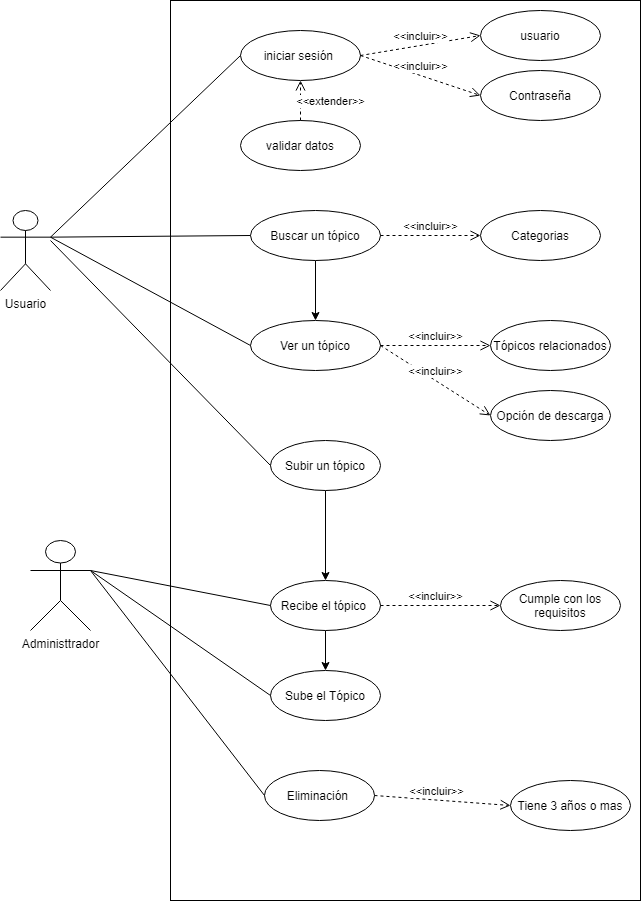
Above: Diagramas/DiagramaCasoDeUso.drawio.png in vanessamRodriguez/Analisis-Avanzado-de-Software (draw.io), before the change. Source tidied: cells renumbered, new cells last; positions are measured from the earlier drawing's top-left corner, leaving out a move shared by most shapes. The source it was exported from:
```xml
<mxGraphModel>
  <root>
    <mxCell id="0" />
    <mxCell id="1" parent="0" />
    <mxCell id="2" value="Usuario" style="shape=umlActor;verticalLabelPosition=bottom;verticalAlign=top;html=1;" parent="1" vertex="1">
      <mxGeometry y="210" width="50" height="80" as="geometry" />
    </mxCell>
    <mxCell id="3" style="rounded=0;whiteSpace=wrap;html=1;" parent="1" vertex="1">
      <mxGeometry x="170" width="470" height="900" as="geometry" />
    </mxCell>
    <mxCell id="4" value="iniciar sesión&amp;nbsp;" style="ellipse;whiteSpace=wrap;html=1;" parent="1" vertex="1">
      <mxGeometry x="240" y="30" width="120" height="50" as="geometry" />
    </mxCell>
    <mxCell id="5" style="endArrow=none;html=1;exitX=1;exitY=0.3333333333333333;exitDx=0;exitDy=0;exitPerimeter=0;entryX=0;entryY=0.5;entryDx=0;entryDy=0;" parent="1" edge="1" source="2" target="4">
      <mxGeometry relative="1" as="geometry" />
    </mxCell>
    <mxCell id="6" value="usuario" style="ellipse;whiteSpace=wrap;html=1;" parent="1" vertex="1">
      <mxGeometry x="480" y="10" width="120" height="50" as="geometry" />
    </mxCell>
    <mxCell id="7" value="&amp;lt;&amp;lt;incluir&amp;gt;&amp;gt;" style="html=1;verticalAlign=bottom;endArrow=open;dashed=1;endSize=8;exitX=1;exitY=0.5;exitDx=0;exitDy=0;entryX=0;entryY=0.5;entryDx=0;entryDy=0;" parent="1" edge="1" source="4" target="6">
      <mxGeometry relative="1" as="geometry" />
    </mxCell>
    <mxCell id="8" value="Contraseña" style="ellipse;whiteSpace=wrap;html=1;" parent="1" vertex="1">
      <mxGeometry x="480" y="70" width="120" height="50" as="geometry" />
    </mxCell>
    <mxCell id="9" value="&amp;lt;&amp;lt;incluir&amp;gt;&amp;gt;" style="html=1;verticalAlign=bottom;endArrow=open;dashed=1;endSize=8;exitX=1;exitY=0.5;exitDx=0;exitDy=0;entryX=0;entryY=0.5;entryDx=0;entryDy=0;" parent="1" edge="1" source="4" target="8">
      <mxGeometry relative="1" as="geometry" />
    </mxCell>
    <mxCell id="10" value="validar datos" style="ellipse;whiteSpace=wrap;html=1;" parent="1" vertex="1">
      <mxGeometry x="240" y="120" width="120" height="50" as="geometry" />
    </mxCell>
    <mxCell id="11" value="&amp;lt;&amp;lt;extender&amp;gt;&amp;gt;" style="html=1;verticalAlign=bottom;endArrow=open;dashed=1;endSize=8;exitX=0.5;exitY=0;exitDx=0;exitDy=0;entryX=0.5;entryY=1;entryDx=0;entryDy=0;" parent="1" edge="1" source="10" target="4">
      <mxGeometry x="-0.5" y="-30" relative="1" as="geometry" />
    </mxCell>
    <mxCell id="12" style="edgeStyle=orthogonalEdgeStyle;rounded=0;jettySize=auto;html=1;exitX=0.5;exitY=1;exitDx=0;exitDy=0;entryX=0.5;entryY=0;entryDx=0;entryDy=0;" parent="1" edge="1" source="13" target="17">
      <mxGeometry relative="1" as="geometry" />
    </mxCell>
    <mxCell id="13" value="Buscar un tópico" style="ellipse;whiteSpace=wrap;html=1;" parent="1" vertex="1">
      <mxGeometry x="250" y="210" width="130" height="50" as="geometry" />
    </mxCell>
    <mxCell id="14" style="endArrow=none;html=1;exitX=1;exitY=0.3333333333333333;exitDx=0;exitDy=0;exitPerimeter=0;entryX=0;entryY=0.5;entryDx=0;entryDy=0;" parent="1" edge="1" source="2" target="13">
      <mxGeometry relative="1" as="geometry" />
    </mxCell>
    <mxCell id="15" value="Categorias" style="ellipse;whiteSpace=wrap;html=1;" parent="1" vertex="1">
      <mxGeometry x="480" y="210" width="120" height="50" as="geometry" />
    </mxCell>
    <mxCell id="16" value="&amp;lt;&amp;lt;incluir&amp;gt;&amp;gt;" style="html=1;verticalAlign=bottom;endArrow=open;dashed=1;endSize=8;exitX=1;exitY=0.5;exitDx=0;exitDy=0;entryX=0;entryY=0.5;entryDx=0;entryDy=0;" parent="1" edge="1" source="13" target="15">
      <mxGeometry relative="1" as="geometry" />
    </mxCell>
    <mxCell id="17" value="Ver un tópico" style="ellipse;whiteSpace=wrap;html=1;" parent="1" vertex="1">
      <mxGeometry x="250" y="320" width="130" height="50" as="geometry" />
    </mxCell>
    <mxCell id="18" style="endArrow=none;html=1;exitX=1;exitY=0.3333333333333333;exitDx=0;exitDy=0;exitPerimeter=0;entryX=0;entryY=0.5;entryDx=0;entryDy=0;" parent="1" edge="1" source="2" target="17">
      <mxGeometry relative="1" as="geometry" />
    </mxCell>
    <mxCell id="19" value="Tópicos relacionados" style="ellipse;whiteSpace=wrap;html=1;" parent="1" vertex="1">
      <mxGeometry x="490" y="320" width="120" height="50" as="geometry" />
    </mxCell>
    <mxCell id="20" value="&amp;lt;&amp;lt;incluir&amp;gt;&amp;gt;" style="html=1;verticalAlign=bottom;endArrow=open;dashed=1;endSize=8;exitX=1;exitY=0.5;exitDx=0;exitDy=0;entryX=0;entryY=0.5;entryDx=0;entryDy=0;" parent="1" edge="1" source="17" target="19">
      <mxGeometry relative="1" as="geometry" />
    </mxCell>
    <mxCell id="21" value="Opción de descarga" style="ellipse;whiteSpace=wrap;html=1;" parent="1" vertex="1">
      <mxGeometry x="490" y="390" width="120" height="50" as="geometry" />
    </mxCell>
    <mxCell id="22" value="&amp;lt;&amp;lt;incluir&amp;gt;&amp;gt;" style="html=1;verticalAlign=bottom;endArrow=open;dashed=1;endSize=8;exitX=1;exitY=0.5;exitDx=0;exitDy=0;entryX=0;entryY=0.5;entryDx=0;entryDy=0;" parent="1" edge="1" source="17" target="21">
      <mxGeometry relative="1" as="geometry" />
    </mxCell>
    <mxCell id="23" style="edgeStyle=orthogonalEdgeStyle;rounded=0;jettySize=auto;html=1;exitX=0.5;exitY=1;exitDx=0;exitDy=0;entryX=0.5;entryY=0;entryDx=0;entryDy=0;" parent="1" edge="1" source="24" target="27">
      <mxGeometry relative="1" as="geometry" />
    </mxCell>
    <mxCell id="24" value="Subir un tópico" style="ellipse;whiteSpace=wrap;html=1;" parent="1" vertex="1">
      <mxGeometry x="270" y="440" width="110" height="50" as="geometry" />
    </mxCell>
    <mxCell id="25" style="endArrow=none;html=1;entryX=0;entryY=0.5;entryDx=0;entryDy=0;" parent="1" edge="1" target="24">
      <mxGeometry relative="1" as="geometry">
        <mxPoint x="50" y="240" as="sourcePoint" />
      </mxGeometry>
    </mxCell>
    <mxCell id="26" style="edgeStyle=orthogonalEdgeStyle;rounded=0;jettySize=auto;html=1;exitX=0.5;exitY=1;exitDx=0;exitDy=0;entryX=0.5;entryY=0;entryDx=0;entryDy=0;" parent="1" edge="1" source="27" target="32">
      <mxGeometry relative="1" as="geometry" />
    </mxCell>
    <mxCell id="27" value="Recibe el tópico&amp;nbsp;" style="ellipse;whiteSpace=wrap;html=1;" parent="1" vertex="1">
      <mxGeometry x="270" y="580" width="110" height="50" as="geometry" />
    </mxCell>
    <mxCell id="28" value="Administtrador" style="shape=umlActor;verticalLabelPosition=bottom;verticalAlign=top;html=1;outlineConnect=0;" parent="1" vertex="1">
      <mxGeometry x="30" y="540" width="60" height="90" as="geometry" />
    </mxCell>
    <mxCell id="29" style="endArrow=none;html=1;exitX=1;exitY=0.3333333333333333;exitDx=0;exitDy=0;exitPerimeter=0;entryX=0;entryY=0.5;entryDx=0;entryDy=0;" parent="1" edge="1" source="28" target="27">
      <mxGeometry relative="1" as="geometry" />
    </mxCell>
    <mxCell id="30" value="Cumple con los requisitos" style="ellipse;whiteSpace=wrap;html=1;" parent="1" vertex="1">
      <mxGeometry x="500" y="580" width="120" height="50" as="geometry" />
    </mxCell>
    <mxCell id="31" value="&amp;lt;&amp;lt;incluir&amp;gt;&amp;gt;" style="html=1;verticalAlign=bottom;endArrow=open;dashed=1;endSize=8;exitX=1;exitY=0.5;exitDx=0;exitDy=0;entryX=0;entryY=0.5;entryDx=0;entryDy=0;" parent="1" edge="1" source="27" target="30">
      <mxGeometry x="-0.09" relative="1" as="geometry" />
    </mxCell>
    <mxCell id="32" value="Sube el Tópico" style="ellipse;whiteSpace=wrap;html=1;" parent="1" vertex="1">
      <mxGeometry x="270" y="670" width="110" height="50" as="geometry" />
    </mxCell>
    <mxCell id="33" style="endArrow=none;html=1;exitX=1;exitY=0.3333333333333333;exitDx=0;exitDy=0;exitPerimeter=0;entryX=0;entryY=0.5;entryDx=0;entryDy=0;" parent="1" edge="1" source="28" target="32">
      <mxGeometry relative="1" as="geometry" />
    </mxCell>
    <mxCell id="34" value="Eliminación&amp;nbsp;" style="ellipse;whiteSpace=wrap;html=1;" parent="1" vertex="1">
      <mxGeometry x="264" y="770" width="110" height="50" as="geometry" />
    </mxCell>
    <mxCell id="35" style="endArrow=none;html=1;entryX=0;entryY=0.5;entryDx=0;entryDy=0;" parent="1" edge="1" target="34">
      <mxGeometry relative="1" as="geometry">
        <mxPoint x="90" y="570" as="sourcePoint" />
      </mxGeometry>
    </mxCell>
    <mxCell id="36" value="Tiene 3 años o mas" style="ellipse;whiteSpace=wrap;html=1;" parent="1" vertex="1">
      <mxGeometry x="510" y="780" width="120" height="50" as="geometry" />
    </mxCell>
    <mxCell id="37" value="&amp;lt;&amp;lt;incluir&amp;gt;&amp;gt;" style="html=1;verticalAlign=bottom;endArrow=open;dashed=1;endSize=8;exitX=1;exitY=0.5;exitDx=0;exitDy=0;entryX=0;entryY=0.5;entryDx=0;entryDy=0;" parent="1" edge="1" source="34" target="36">
      <mxGeometry x="-0.09" relative="1" as="geometry" />
    </mxCell>
  </root>
</mxGraphModel>
```
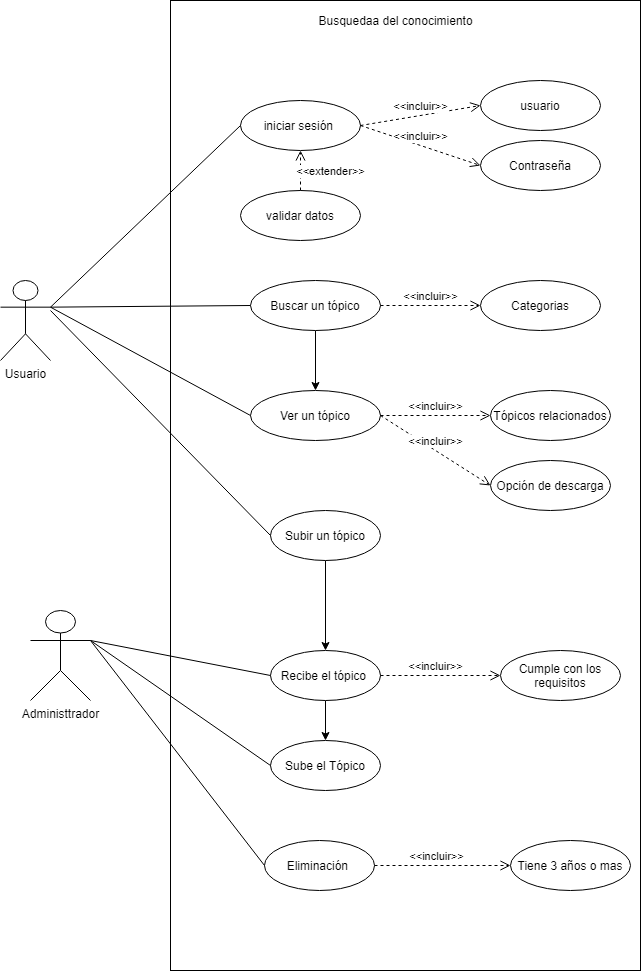
After the commit.

What changed in the source:
```diff
@@ -6,7 +6,7 @@
       <mxGeometry y="210" width="50" height="80" as="geometry" />
     </mxCell>
     <mxCell id="3" style="rounded=0;whiteSpace=wrap;html=1;" parent="1" vertex="1">
-      <mxGeometry x="170" width="470" height="900" as="geometry" />
+      <mxGeometry x="170" y="-70" width="470" height="970" as="geometry" />
     </mxCell>
     <mxCell id="4" value="iniciar sesión&amp;nbsp;" style="ellipse;whiteSpace=wrap;html=1;" parent="1" vertex="1">
       <mxGeometry x="240" y="30" width="120" height="50" as="geometry" />
@@ -109,10 +109,13 @@
       </mxGeometry>
     </mxCell>
     <mxCell id="36" value="Tiene 3 años o mas" style="ellipse;whiteSpace=wrap;html=1;" parent="1" vertex="1">
-      <mxGeometry x="510" y="780" width="120" height="50" as="geometry" />
+      <mxGeometry x="510" y="770" width="120" height="50" as="geometry" />
     </mxCell>
     <mxCell id="37" value="&amp;lt;&amp;lt;incluir&amp;gt;&amp;gt;" style="html=1;verticalAlign=bottom;endArrow=open;dashed=1;endSize=8;exitX=1;exitY=0.5;exitDx=0;exitDy=0;entryX=0;entryY=0.5;entryDx=0;entryDy=0;" parent="1" edge="1" source="34" target="36">
       <mxGeometry x="-0.09" relative="1" as="geometry" />
     </mxCell>
+    <mxCell id="38" value="Busquedaa del conocimiento" style="text;html=1;align=center;verticalAlign=middle;" parent="1" vertex="1">
+      <mxGeometry x="310" y="-60" width="170" height="20" as="geometry" />
+    </mxCell>
   </root>
 </mxGraphModel>
```
